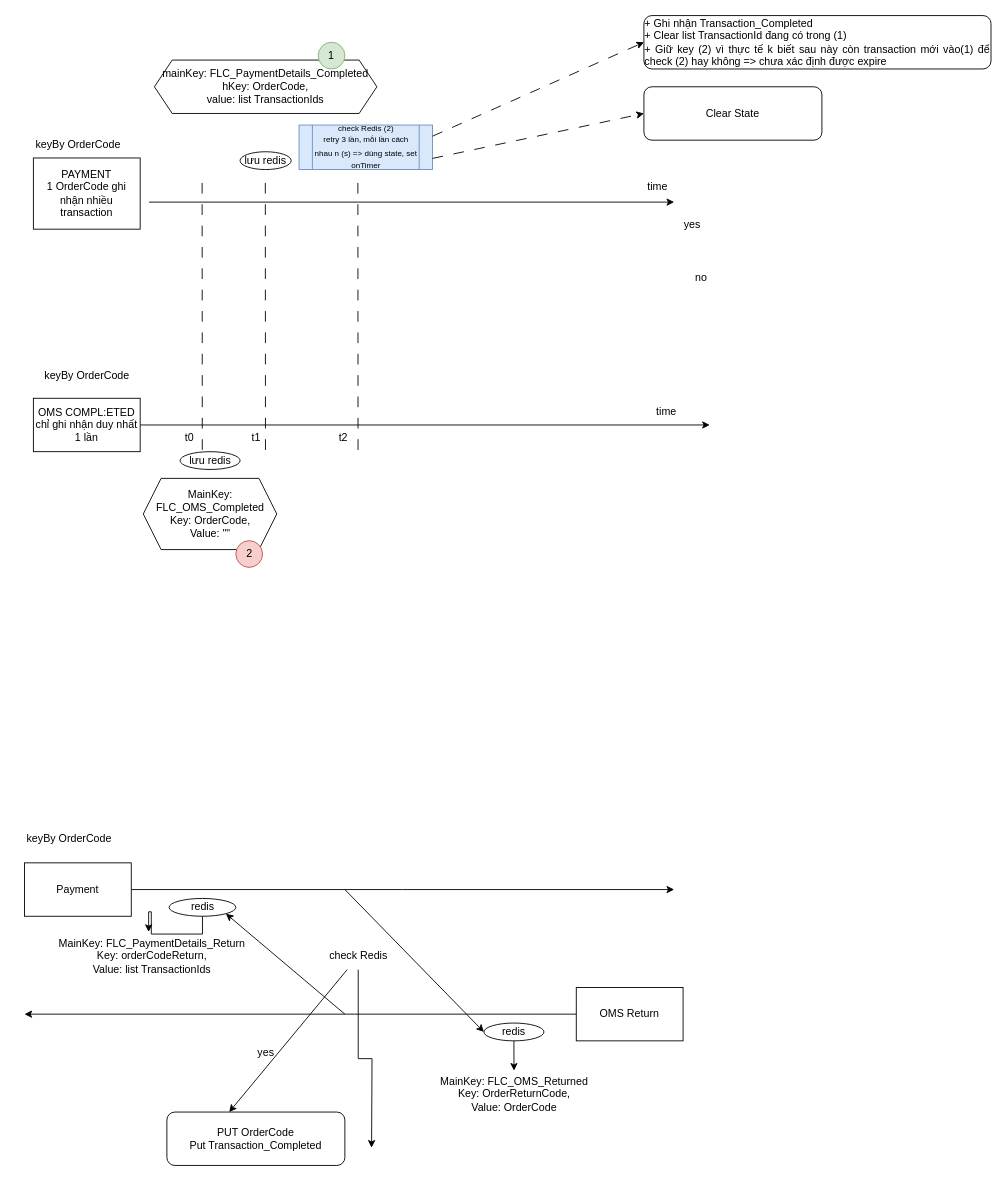
Earlier version of the draw.io diagram flow_payment_oms.drawio (giangntr98/github_demo). Source tidied: cells renumbered, new cells numbered last; positions are measured from the earlier drawing's top-left corner, leaving out a move shared by most shapes. Both pictures are drawn from the tidied source at 89%, with x=0, y=0 at pixel (15, 15).
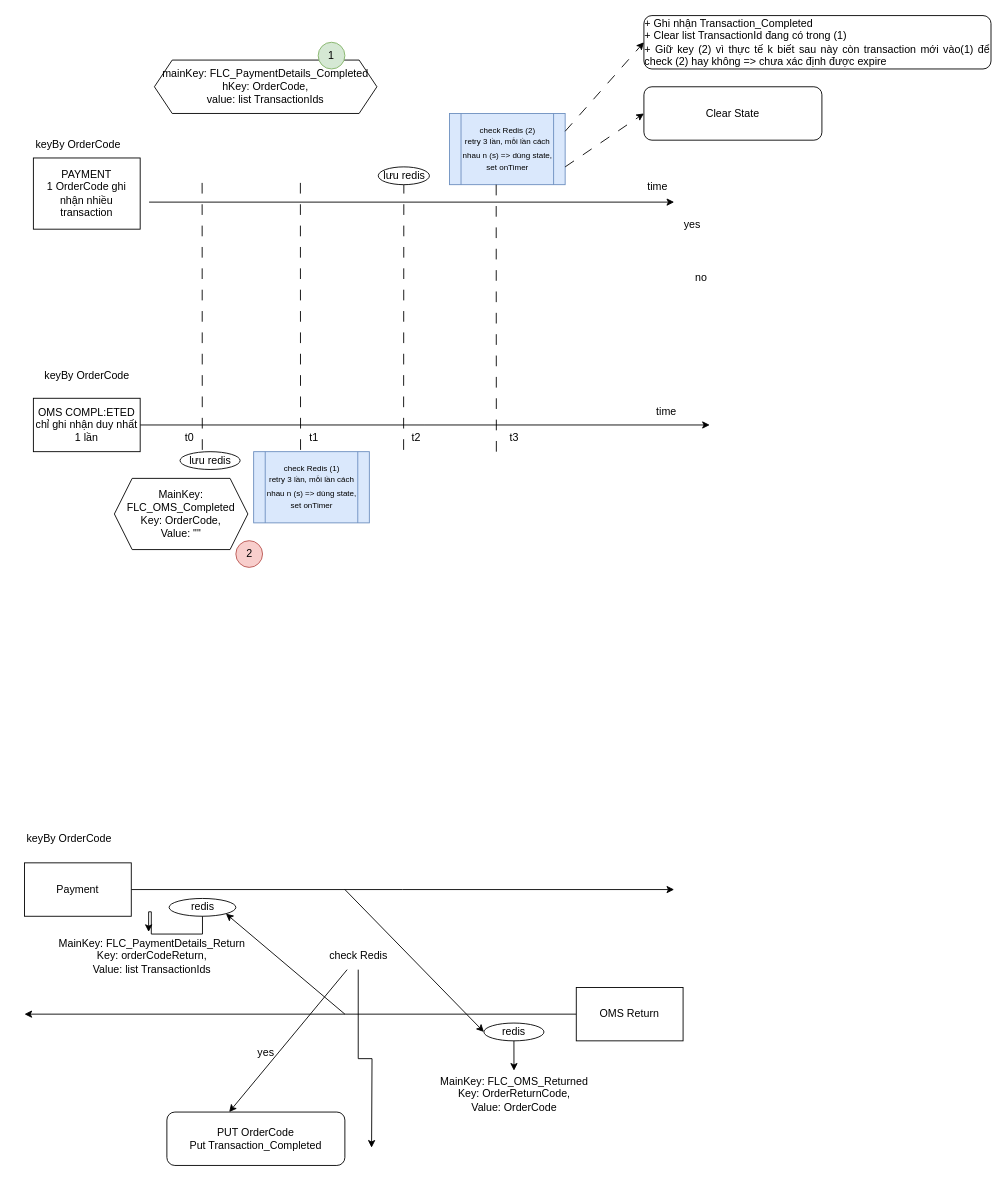
The same diagram, later.

The edit, as a diff of the source:
```diff
@@
-    <mxCell id="6" value="lưu redis" style="ellipse;whiteSpace=wrap;html=1;" parent="1" vertex="1">
-      <mxGeometry x="252.2" y="153" width="57.5" height="20" as="geometry" />
-    </mxCell>
@@
     <mxCell id="30" value="&lt;div&gt;MainKey: FLC_OMS_Completed&lt;br&gt;&lt;/div&gt;&lt;div&gt;Key: OrderCode,&lt;/div&gt;Value: &quot;&quot;" style="shape=hexagon;perimeter=hexagonPerimeter2;whiteSpace=wrap;html=1;fixedSize=1;" parent="1" vertex="1">
-      <mxGeometry x="143.5" y="520" width="150" height="80" as="geometry" />
+      <mxGeometry x="111" y="520" width="150" height="80" as="geometry" />
     </mxCell>
@@
     <mxCell id="33" value="&lt;div style=&quot;font-size: 9px;&quot;&gt;&lt;font style=&quot;font-size: 9px;&quot;&gt;check Redis (2)&lt;br&gt;&lt;/font&gt;&lt;/div&gt;&lt;font style=&quot;font-size: 9px;&quot;&gt;retry 3 lần, mỗi lần cách nhau n (s) =&amp;gt; dùng state, set onTimer&lt;br&gt;&lt;/font&gt;" style="shape=process;whiteSpace=wrap;html=1;backgroundOutline=1;fillColor=#dae8fc;strokeColor=#6c8ebf;" parent="1" vertex="1">
-      <mxGeometry x="318.5" y="123" width="150" height="50" as="geometry" />
+      <mxGeometry x="487.5" y="110" width="130" height="80" as="geometry" />
     </mxCell>
@@
-    <mxCell id="41" style="endArrow=none;html=1;rounded=0;dashed=1;dashPattern=12 12;entryX=0.5;entryY=1;entryDx=0;entryDy=0;" parent="1" edge="1">
+    <mxCell id="41" style="endArrow=none;html=1;rounded=0;dashed=1;dashPattern=12 12;entryX=0.5;entryY=1;entryDx=0;entryDy=0;" parent="1" edge="1" source="6">
       <mxGeometry relative="1" as="geometry">
-        <mxPoint x="280.8" y="488" as="sourcePoint" />
-        <mxPoint x="280.6" y="178" as="targetPoint" />
+        <mxPoint x="460" y="178" as="targetPoint" />
       </mxGeometry>
     </mxCell>
     <mxCell id="42" value="t1" style="text;html=1;align=center;verticalAlign=middle;strokeColor=none;fillColor=none;" parent="1" vertex="1">
-      <mxGeometry x="255" y="460" width="30" height="30" as="geometry" />
+      <mxGeometry x="320" y="460" width="30" height="30" as="geometry" />
     </mxCell>
     <mxCell id="43" style="endArrow=none;html=1;rounded=0;dashed=1;dashPattern=12 12;entryX=0.5;entryY=1;entryDx=0;entryDy=0;" parent="1" edge="1">
       <mxGeometry relative="1" as="geometry">
-        <mxPoint x="384.8" y="488" as="sourcePoint" />
-        <mxPoint x="384.6" y="178" as="targetPoint" />
+        <mxPoint x="540.2" y="490" as="sourcePoint" />
+        <mxPoint x="540" y="180" as="targetPoint" />
       </mxGeometry>
     </mxCell>
     <mxCell id="44" value="t2" style="text;html=1;align=center;verticalAlign=middle;strokeColor=none;fillColor=none;" parent="1" vertex="1">
-      <mxGeometry x="352.5" y="460" width="30" height="30" as="geometry" />
+      <mxGeometry x="435" y="460" width="30" height="30" as="geometry" />
     </mxCell>
@@
+    <mxCell id="47" style="endArrow=none;html=1;rounded=0;dashed=1;dashPattern=12 12;entryX=0.5;entryY=1;entryDx=0;entryDy=0;" parent="1" edge="1" target="6">
+      <mxGeometry relative="1" as="geometry">
+        <mxPoint x="436" y="488" as="sourcePoint" />
+        <Array as="points">
+          <mxPoint x="436" y="440" />
+        </Array>
+      </mxGeometry>
+    </mxCell>
+    <mxCell id="6" value="lưu redis" style="ellipse;whiteSpace=wrap;html=1;" parent="1" vertex="1">
+      <mxGeometry x="407.5" y="170" width="57.5" height="20" as="geometry" />
+    </mxCell>
+    <mxCell id="48" style="endArrow=none;html=1;rounded=0;dashed=1;dashPattern=12 12;entryX=0.5;entryY=1;entryDx=0;entryDy=0;" parent="1" edge="1">
+      <mxGeometry relative="1" as="geometry">
+        <mxPoint x="320.2" y="488" as="sourcePoint" />
+        <mxPoint x="320" y="178" as="targetPoint" />
+      </mxGeometry>
+    </mxCell>
+    <mxCell id="49" value="&lt;div style=&quot;font-size: 9px;&quot;&gt;&lt;font style=&quot;font-size: 9px;&quot;&gt;check Redis (1)&lt;br&gt;&lt;/font&gt;&lt;/div&gt;&lt;font style=&quot;font-size: 9px;&quot;&gt;retry 3 lần, mỗi lần cách nhau n (s) =&amp;gt; dùng state, set onTimer&lt;br&gt;&lt;/font&gt;" style="shape=process;whiteSpace=wrap;html=1;backgroundOutline=1;fillColor=#dae8fc;strokeColor=#6c8ebf;" parent="1" vertex="1">
+      <mxGeometry x="267.5" y="490" width="130" height="80" as="geometry" />
+    </mxCell>
+    <mxCell id="50" value="t3" style="text;html=1;align=center;verticalAlign=middle;strokeColor=none;fillColor=none;" parent="1" vertex="1">
+      <mxGeometry x="545" y="460" width="30" height="30" as="geometry" />
+    </mxCell>
```
